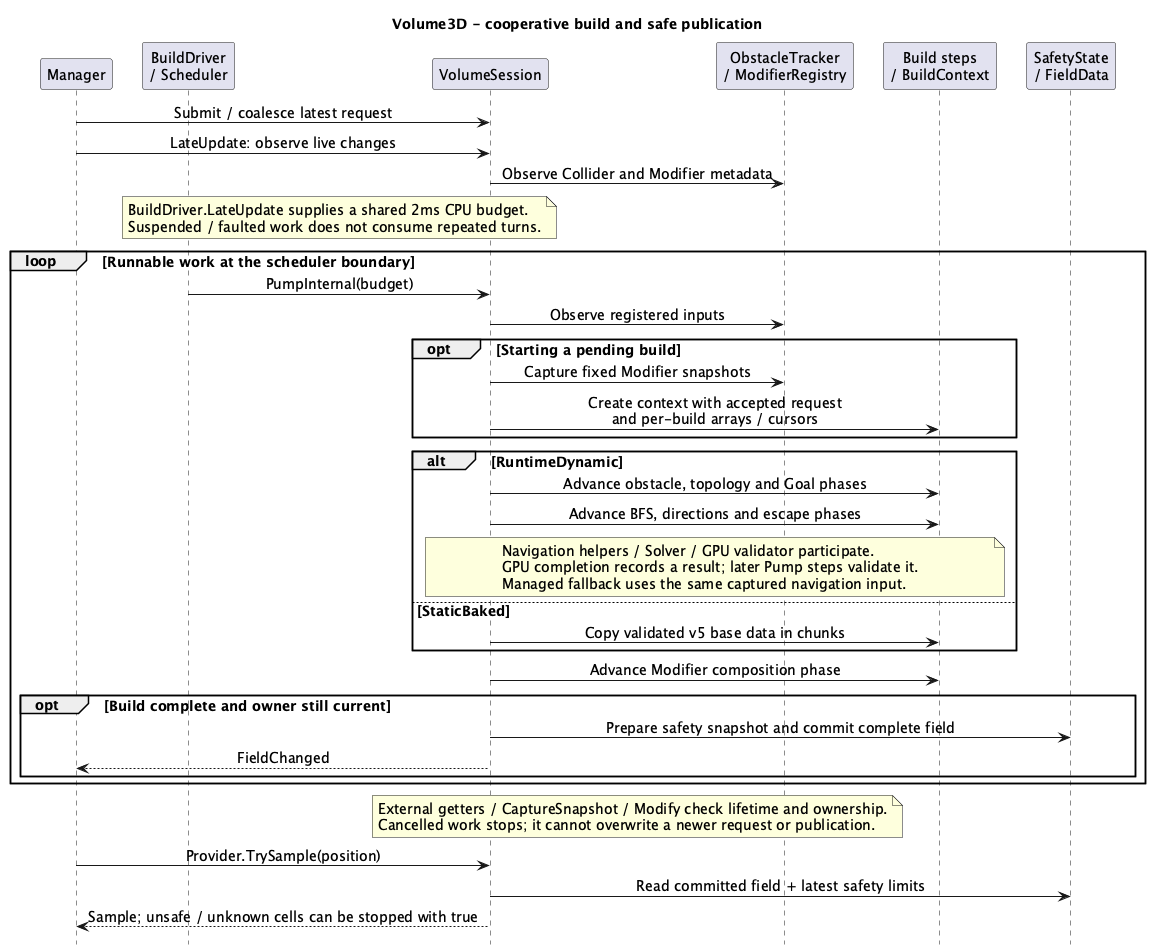
This is ToyProject/Assets/_FlowField/Docs/Images/flowfield-volume.png from youwonsock/tool-unity-editor, a PlantUML export, as it was before one commit.
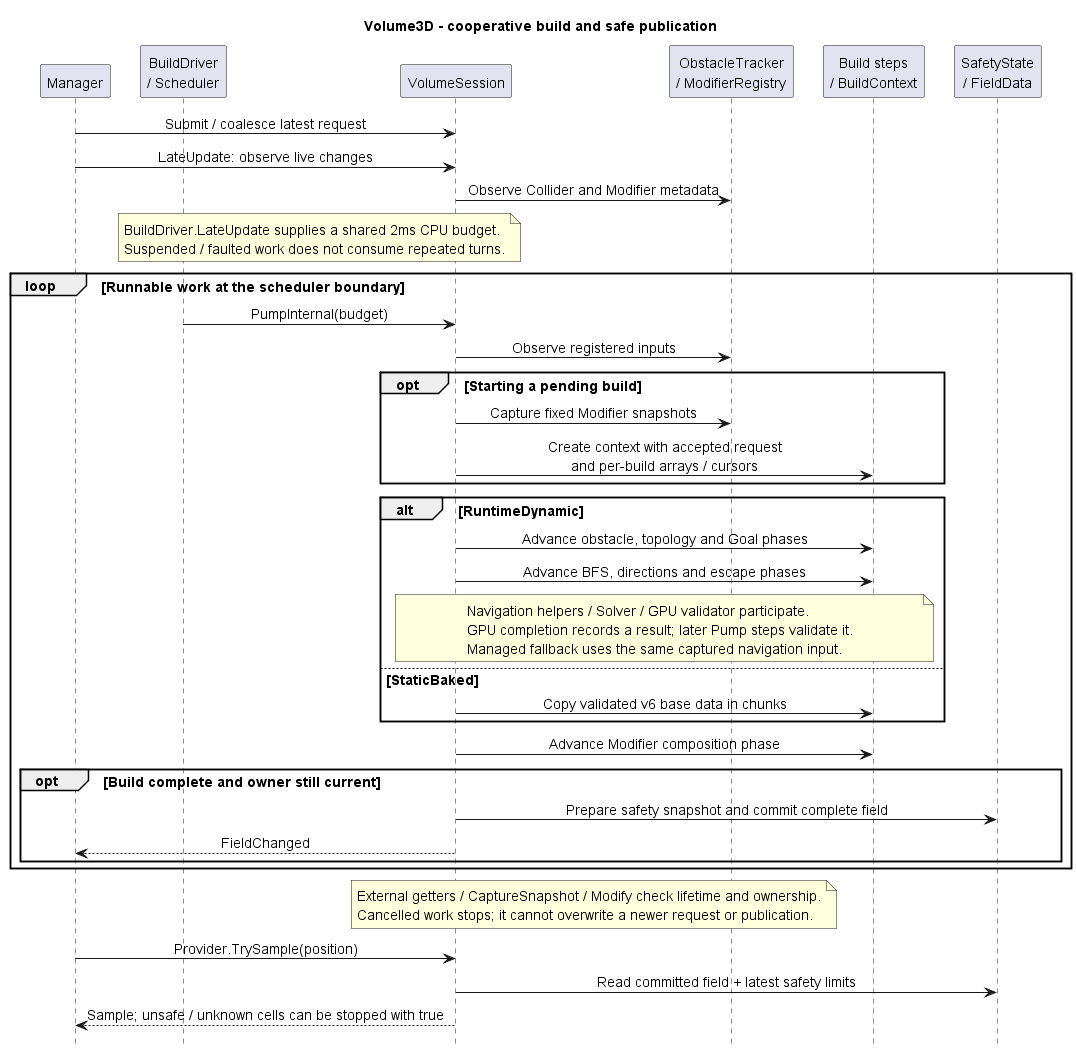
After the change.

Commit message:
FlowField 문서 최신화: v6 베이크, Modifier 규칙, 성능·검증 기록

Diff of the diagram source:
```diff
@@ -31,7 +31,7 @@
     S -> B : Advance BFS, directions and escape phases
     note over S,B : Navigation helpers / Solver / GPU validator participate.\nGPU completion records a result; later Pump steps validate it.\nManaged fallback uses the same captured navigation input.
   else StaticBaked
-    S -> B : Copy validated v5 base data in chunks
+    S -> B : Copy validated v6 base data in chunks
   end
   S -> B : Advance Modifier composition phase
   opt Build complete and owner still current
```
